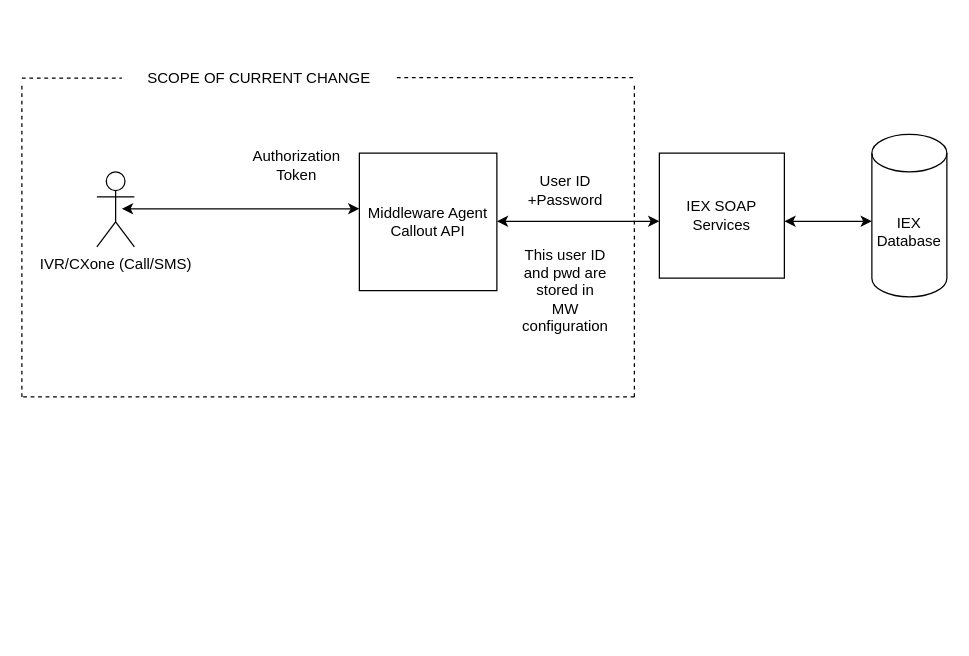
Earlier version of the draw.io diagram ACO MW.drawio (anshuldevmehta/RandomDiagrams). Source tidied: cells renumbered, new cells numbered last; positions are measured from the earlier drawing's top-left corner, leaving out a move shared by most shapes. Both pictures are drawn from the tidied source at 125%, with x=0, y=0 at pixel (21, 59).
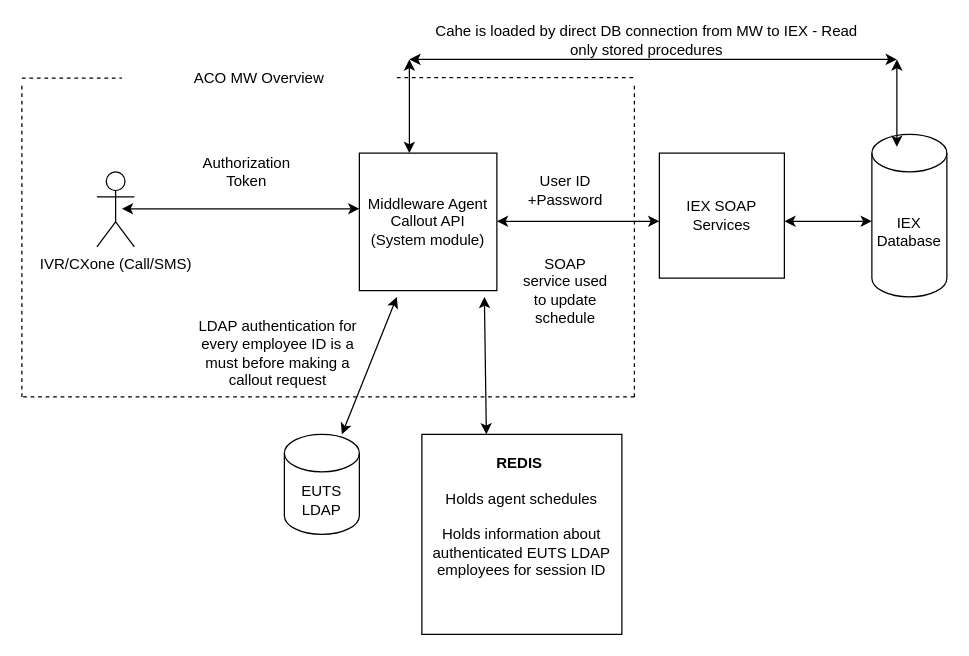
The same page after the edit.

Diff of the diagram source:
```diff
@@
     <mxCell id="4" value="Authorization Token" style="text;html=1;strokeColor=none;fillColor=none;align=center;verticalAlign=middle;whiteSpace=wrap;rounded=0;" parent="1" vertex="1">
-      <mxGeometry x="180" y="70" width="80" height="30" as="geometry" />
+      <mxGeometry x="140" y="75" width="80" height="30" as="geometry" />
     </mxCell>
-    <mxCell id="5" value="Middleware Agent Callout API" style="whiteSpace=wrap;html=1;" parent="1" vertex="1">
+    <mxCell id="5" value="&lt;div&gt;Middleware Agent Callout API&lt;/div&gt;&lt;div&gt;(System module)&lt;/div&gt;" style="whiteSpace=wrap;html=1;" parent="1" vertex="1">
       <mxGeometry x="270" y="75" width="110" height="110" as="geometry" />
     </mxCell>
@@
-    <mxCell id="9" value="&lt;div&gt;This user ID&lt;/div&gt;&lt;div&gt;and pwd are stored in MW configuration&lt;br&gt;&lt;/div&gt;" style="text;html=1;strokeColor=none;fillColor=none;align=center;verticalAlign=middle;whiteSpace=wrap;rounded=0;" parent="1" vertex="1">
+    <mxCell id="9" value="SOAP service used to update schedule" style="text;html=1;strokeColor=none;fillColor=none;align=center;verticalAlign=middle;whiteSpace=wrap;rounded=0;" parent="1" vertex="1">
       <mxGeometry x="400" y="140" width="70" height="90" as="geometry" />
     </mxCell>
@@
-    <mxCell id="16" value="SCOPE OF CURRENT CHANGE" style="text;html=1;strokeColor=none;fillColor=none;align=center;verticalAlign=middle;whiteSpace=wrap;rounded=0;" parent="1" vertex="1">
+    <mxCell id="16" value="ACO MW Overview" style="text;html=1;strokeColor=none;fillColor=none;align=center;verticalAlign=middle;whiteSpace=wrap;rounded=0;" parent="1" vertex="1">
       <mxGeometry x="80" width="220" height="30" as="geometry" />
     </mxCell>
@@
+    <mxCell id="18" value="&lt;div&gt;&lt;b&gt;REDIS&amp;nbsp;&lt;/b&gt;&lt;/div&gt;&lt;div&gt;&lt;br&gt;&lt;/div&gt;&lt;div&gt;Holds agent schedules&lt;/div&gt;&lt;div&gt;&lt;br&gt;&lt;/div&gt;&lt;div&gt;Holds information about authenticated EUTS LDAP employees for session ID&lt;br&gt;&lt;/div&gt;&lt;div&gt;&lt;br&gt;&lt;/div&gt;&lt;div&gt;&lt;br&gt;&lt;/div&gt;" style="whiteSpace=wrap;html=1;" parent="1" vertex="1">
+      <mxGeometry x="320" y="300" width="160" height="160" as="geometry" />
+    </mxCell>
+    <mxCell id="19" style="endArrow=classic;startArrow=classic;html=1;rounded=0;exitX=0.613;exitY=0.025;exitDx=0;exitDy=0;exitPerimeter=0;" parent="1" edge="1">
+      <mxGeometry relative="1" as="geometry">
+        <mxPoint x="371.6" y="300" as="sourcePoint" />
+        <mxPoint x="370" y="190" as="targetPoint" />
+      </mxGeometry>
+    </mxCell>
+    <mxCell id="20" style="endArrow=classic;startArrow=classic;html=1;rounded=0;" parent="1" edge="1">
+      <mxGeometry relative="1" as="geometry">
+        <mxPoint x="310" y="75" as="sourcePoint" />
+        <mxPoint x="310" as="targetPoint" />
+      </mxGeometry>
+    </mxCell>
+    <mxCell id="21" style="endArrow=classic;startArrow=classic;html=1;rounded=0;" parent="1" edge="1">
+      <mxGeometry relative="1" as="geometry">
+        <mxPoint x="310" as="sourcePoint" />
+        <mxPoint x="700" as="targetPoint" />
+      </mxGeometry>
+    </mxCell>
+    <mxCell id="22" style="endArrow=classic;startArrow=classic;html=1;rounded=0;" parent="1" edge="1">
+      <mxGeometry relative="1" as="geometry">
+        <mxPoint x="700" y="70" as="sourcePoint" />
+        <mxPoint x="700" as="targetPoint" />
+      </mxGeometry>
+    </mxCell>
+    <mxCell id="23" value="Cahe is loaded by direct DB connection from MW to IEX - Read only stored procedures" style="text;html=1;strokeColor=none;fillColor=none;align=center;verticalAlign=middle;whiteSpace=wrap;rounded=0;" parent="1" vertex="1">
+      <mxGeometry x="320" y="-30" width="360" height="30" as="geometry" />
+    </mxCell>
+    <mxCell id="24" value="EUTS LDAP" style="shape=cylinder3;whiteSpace=wrap;html=1;boundedLbl=1;backgroundOutline=1;size=15;" parent="1" vertex="1">
+      <mxGeometry x="210" y="300" width="60" height="80" as="geometry" />
+    </mxCell>
+    <mxCell id="25" style="endArrow=classic;startArrow=classic;html=1;rounded=0;" parent="1" edge="1" source="24">
+      <mxGeometry relative="1" as="geometry">
+        <mxPoint x="300" y="190" as="targetPoint" />
+      </mxGeometry>
+    </mxCell>
+    <mxCell id="26" value="LDAP authentication for every employee ID is a must before making a callout request" style="text;html=1;strokeColor=none;fillColor=none;align=center;verticalAlign=middle;whiteSpace=wrap;rounded=0;" parent="1" vertex="1">
+      <mxGeometry x="140" y="230" width="130" height="10" as="geometry" />
+    </mxCell>
```
